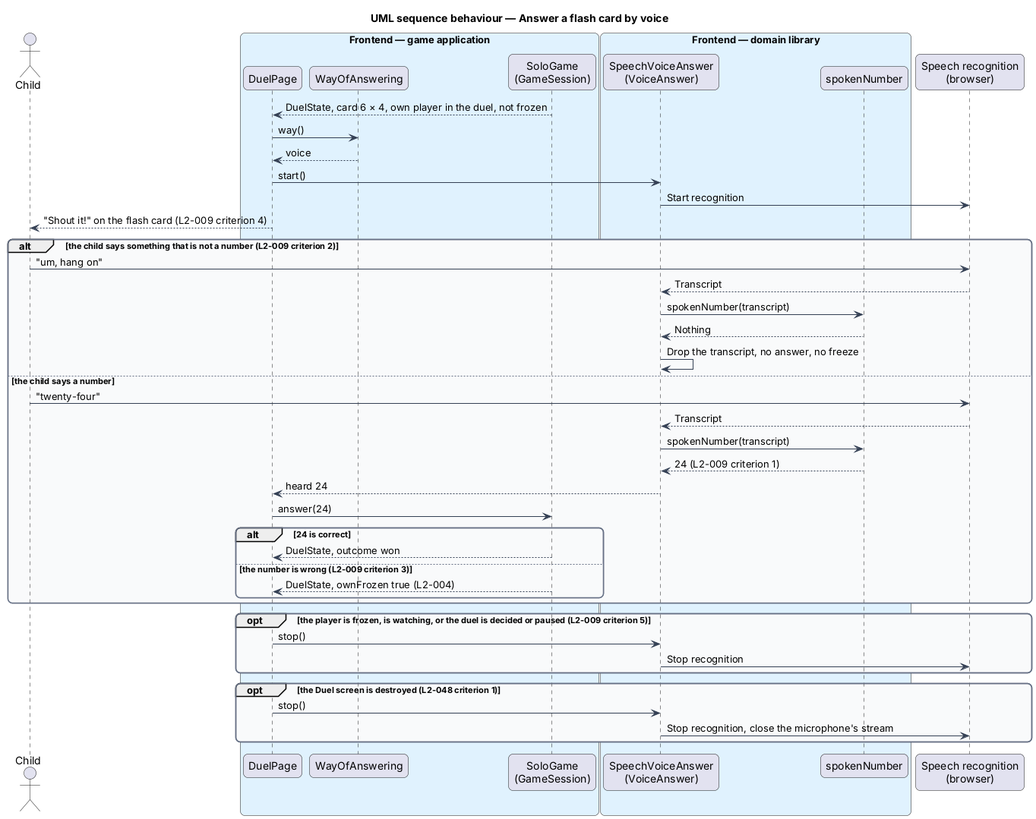
This is docs/detailed-designs/answering/answer-by-voice/diagrams/sequence-answer-by-voice.png from QuinntyneBrown/around-the-world, a PlantUML export, as it was before one commit. Its source is kept beside it as docs/detailed-designs/answering/answer-by-voice/diagrams/sequence-answer-by-voice.puml.
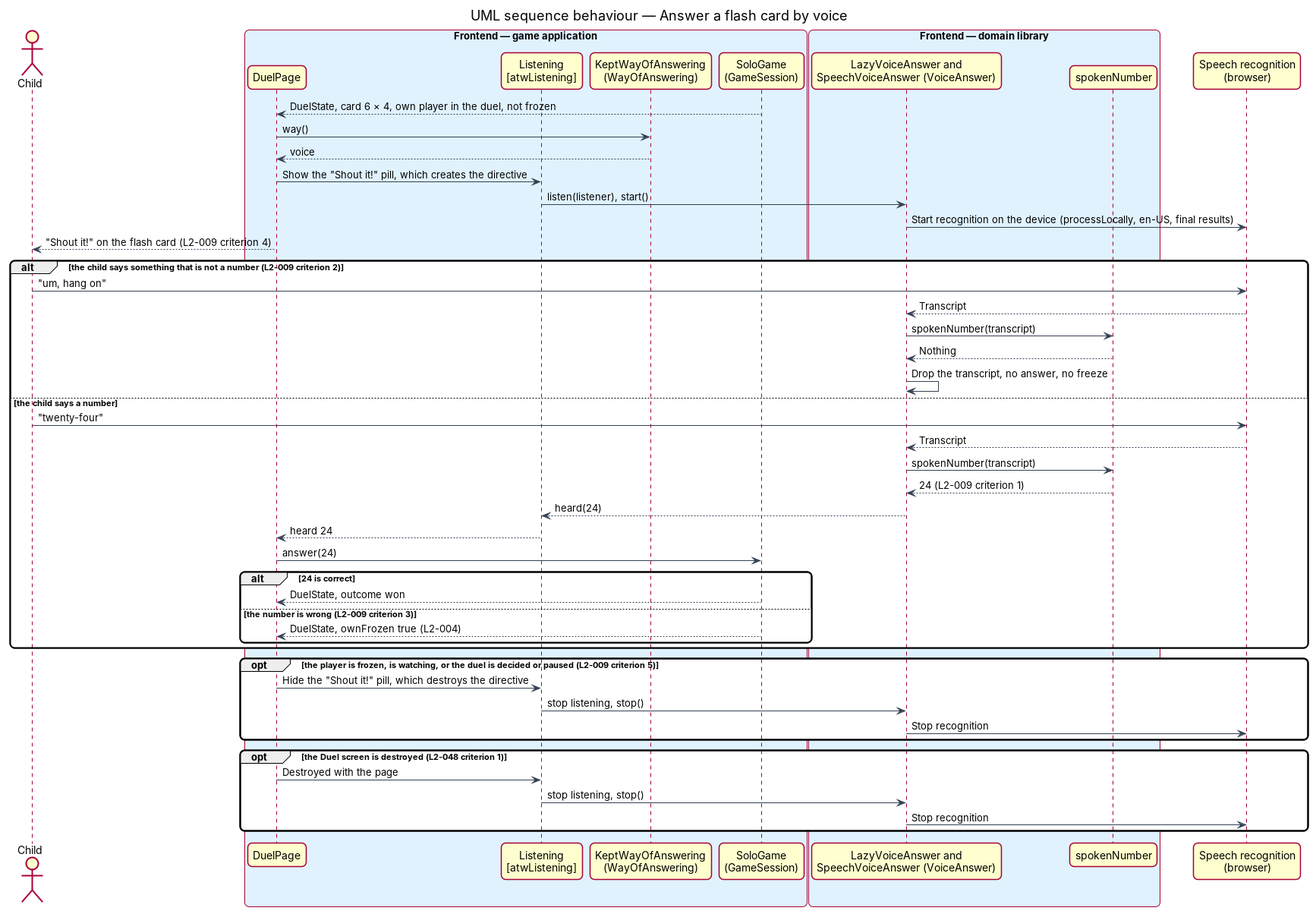
After the change.

What changed in the source:
```diff
@@ -17,11 +17,12 @@
 actor "Child" as child
 box "Frontend — game application" #E0F2FE
   participant "DuelPage" as page
-  participant "WayOfAnswering" as way
+  participant "Listening\n[atwListening]" as listening
+  participant "KeptWayOfAnswering\n(WayOfAnswering)" as way
   participant "SoloGame\n(GameSession)" as solo
 end box
 box "Frontend — domain library" #E0F2FE
-  participant "SpeechVoiceAnswer\n(VoiceAnswer)" as voice
+  participant "LazyVoiceAnswer and\nSpeechVoiceAnswer (VoiceAnswer)" as voice
   participant "spokenNumber" as parser
 end box
 participant "Speech recognition\n(browser)" as sr
@@ -29,8 +30,9 @@
 solo --> page : DuelState, card 6 × 4, own player in the duel, not frozen
 page -> way : way()
 way --> page : voice
-page -> voice : start()
-voice -> sr : Start recognition
+page -> listening : Show the "Shout it!" pill, which creates the directive
+listening -> voice : listen(listener), start()
+voice -> sr : Start recognition on the device (processLocally, en-US, final results)
 page --> child : "Shout it!" on the flash card (L2-009 criterion 4)
 alt the child says something that is not a number (L2-009 criterion 2)
   child -> sr : "um, hang on"
@@ -43,7 +45,8 @@
   sr --> voice : Transcript
   voice -> parser : spokenNumber(transcript)
   parser --> voice : 24 (L2-009 criterion 1)
-  voice --> page : heard 24
+  voice --> listening : heard(24)
+  listening --> page : heard 24
   page -> solo : answer(24)
   alt 24 is correct
     solo --> page : DuelState, outcome won
@@ -52,11 +55,13 @@
   end
 end
 opt the player is frozen, is watching, or the duel is decided or paused (L2-009 criterion 5)
-  page -> voice : stop()
+  page -> listening : Hide the "Shout it!" pill, which destroys the directive
+  listening -> voice : stop listening, stop()
   voice -> sr : Stop recognition
 end
 opt the Duel screen is destroyed (L2-048 criterion 1)
-  page -> voice : stop()
-  voice -> sr : Stop recognition, close the microphone's stream
+  page -> listening : Destroyed with the page
+  listening -> voice : stop listening, stop()
+  voice -> sr : Stop recognition
 end
 @enduml
```
